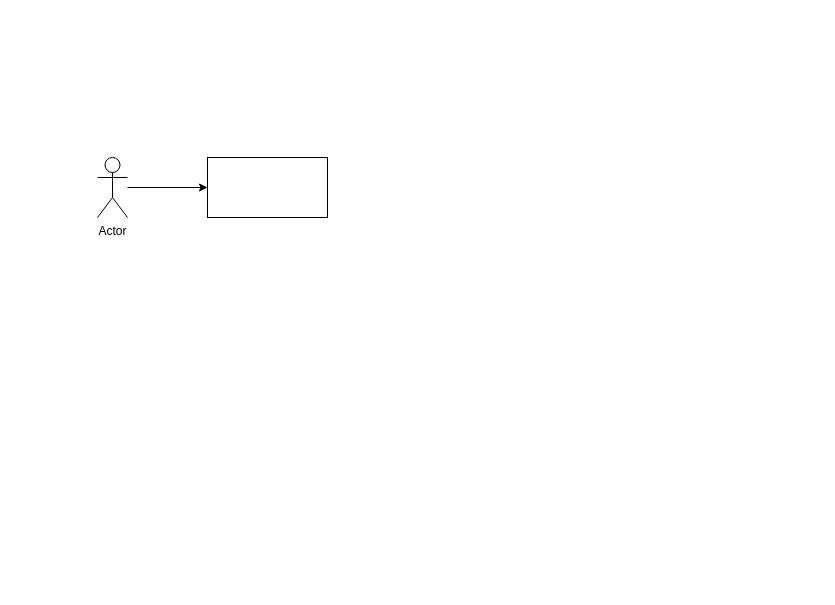
The draw.io diagram page "Video Uploading Scenario" (1 of 2) of Untitled Diagram.drawio in conquerorsanthosh/ProblemSolving, before the edit. Source tidied: cells renumbered, new cells numbered last; positions are measured from the earlier drawing's top-left corner, leaving out a move shared by most shapes. Both pictures are drawn from the tidied source at 100%, with x=0, y=0 at pixel (97, 157).
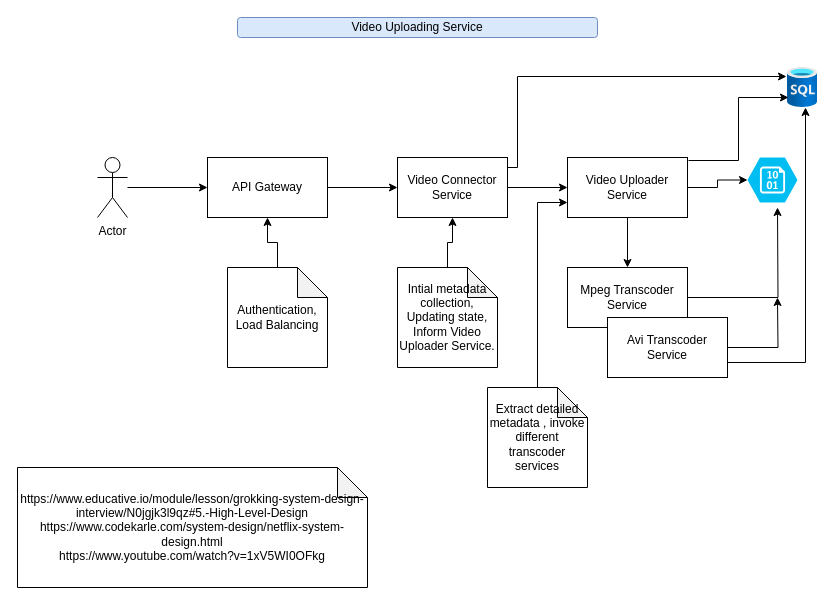
Above is the later version.

Change to the diagram source:
```diff
@@
+    <mxCell id="5" style="edgeStyle=orthogonalEdgeStyle;rounded=0;jettySize=auto;html=1;" parent="1" edge="1" source="2" target="13">
+      <mxGeometry relative="1" as="geometry" />
+    </mxCell>
-    <mxCell id="2" style="rounded=0;whiteSpace=wrap;html=1;" parent="1" vertex="1">
+    <mxCell id="2" value="API Gateway" style="rounded=0;whiteSpace=wrap;html=1;" parent="1" vertex="1">
       <mxGeometry x="110" width="120" height="60" as="geometry" />
     </mxCell>
@@
+    <mxCell id="6" style="edgeStyle=orthogonalEdgeStyle;rounded=0;jettySize=auto;html=1;entryX=0;entryY=0.5;entryDx=0;entryDy=0;entryPerimeter=0;" parent="1" edge="1" source="8" target="11">
+      <mxGeometry relative="1" as="geometry" />
+    </mxCell>
+    <mxCell id="7" style="edgeStyle=orthogonalEdgeStyle;rounded=0;jettySize=auto;html=1;entryX=0.5;entryY=0;entryDx=0;entryDy=0;" parent="1" edge="1" source="8" target="10">
+      <mxGeometry relative="1" as="geometry" />
+    </mxCell>
+    <mxCell id="8" value="Video Uploader Service" style="rounded=0;whiteSpace=wrap;html=1;" parent="1" vertex="1">
+      <mxGeometry x="470" width="120" height="60" as="geometry" />
+    </mxCell>
+    <mxCell id="9" style="edgeStyle=orthogonalEdgeStyle;rounded=0;jettySize=auto;html=1;" parent="1" edge="1" source="10">
+      <mxGeometry relative="1" as="geometry">
+        <mxPoint x="680" y="50" as="targetPoint" />
+      </mxGeometry>
+    </mxCell>
+    <mxCell id="10" value="Mpeg Transcoder Service" style="whiteSpace=wrap;html=1;rounded=0;" parent="1" vertex="1">
+      <mxGeometry x="470" y="110" width="120" height="60" as="geometry" />
+    </mxCell>
+    <mxCell id="11" style="verticalLabelPosition=bottom;html=1;verticalAlign=top;align=center;strokeColor=none;fillColor=#00BEF2;shape=mxgraph.azure.storage_blob;" parent="1" vertex="1">
+      <mxGeometry x="650" width="50" height="45" as="geometry" />
+    </mxCell>
+    <mxCell id="12" style="edgeStyle=orthogonalEdgeStyle;rounded=0;jettySize=auto;html=1;" parent="1" edge="1" source="13" target="8">
+      <mxGeometry relative="1" as="geometry" />
+    </mxCell>
+    <mxCell id="13" value="Video Connector Service" style="whiteSpace=wrap;html=1;rounded=0;" parent="1" vertex="1">
+      <mxGeometry x="300" width="110" height="60" as="geometry" />
+    </mxCell>
+    <mxCell id="14" value="Video Uploading Service" style="rounded=1;whiteSpace=wrap;html=1;fillColor=#dae8fc;strokeColor=#6c8ebf;" parent="1" vertex="1">
+      <mxGeometry x="140" y="-140" width="360" height="20" as="geometry" />
+    </mxCell>
+    <mxCell id="15" style="edgeStyle=orthogonalEdgeStyle;rounded=0;jettySize=auto;html=1;" parent="1" edge="1" source="16">
+      <mxGeometry relative="1" as="geometry">
+        <mxPoint x="680" y="140" as="targetPoint" />
+      </mxGeometry>
+    </mxCell>
+    <mxCell id="16" value="Avi Transcoder Service" style="whiteSpace=wrap;html=1;rounded=0;" parent="1" vertex="1">
+      <mxGeometry x="510" y="160" width="120" height="60" as="geometry" />
+    </mxCell>
+    <mxCell id="17" style="html=1;points=[];align=center;image;fontSize=12;image=img/lib/azure2/databases/SQL_Database.svg;" parent="1" vertex="1">
+      <mxGeometry x="690" y="-90" width="30" height="40" as="geometry" />
+    </mxCell>
+    <mxCell id="18" style="edgeStyle=elbowEdgeStyle;elbow=horizontal;endArrow=classic;html=1;rounded=0;exitX=0.433;exitY=-0.083;exitDx=0;exitDy=0;exitPerimeter=0;entryX=0.033;entryY=0.75;entryDx=0;entryDy=0;entryPerimeter=0;" parent="1" edge="1" target="17">
+      <mxGeometry relative="1" as="geometry">
+        <mxPoint x="591" y="3" as="sourcePoint" />
+      </mxGeometry>
+    </mxCell>
+    <mxCell id="19" style="edgeStyle=segmentEdgeStyle;endArrow=classic;html=1;rounded=0;entryX=0.6;entryY=1;entryDx=0;entryDy=0;entryPerimeter=0;exitX=1;exitY=0.75;exitDx=0;exitDy=0;" parent="1" edge="1" source="16" target="17">
+      <mxGeometry relative="1" as="geometry" />
+    </mxCell>
+    <mxCell id="20" style="edgeStyle=orthogonalEdgeStyle;rounded=0;jettySize=auto;html=1;entryX=0.5;entryY=1;entryDx=0;entryDy=0;" parent="1" edge="1" source="21" target="2">
+      <mxGeometry relative="1" as="geometry" />
+    </mxCell>
+    <mxCell id="21" value="Authentication,&lt;br&gt;Load Balancing" style="shape=note;whiteSpace=wrap;html=1;backgroundOutline=1;darkOpacity=0.05;" parent="1" vertex="1">
+      <mxGeometry x="130" y="110" width="100" height="100" as="geometry" />
+    </mxCell>
+    <mxCell id="22" style="edgeStyle=orthogonalEdgeStyle;rounded=0;jettySize=auto;html=1;entryX=0.5;entryY=1;entryDx=0;entryDy=0;" parent="1" edge="1" source="23" target="13">
+      <mxGeometry relative="1" as="geometry" />
+    </mxCell>
+    <mxCell id="23" value="Intial metadata collection, Updating state, Inform Video Uploader Service." style="shape=note;whiteSpace=wrap;html=1;backgroundOutline=1;darkOpacity=0.05;" parent="1" vertex="1">
+      <mxGeometry x="300" y="110" width="100" height="100" as="geometry" />
+    </mxCell>
+    <mxCell id="24" style="edgeStyle=elbowEdgeStyle;elbow=horizontal;endArrow=classic;html=1;rounded=0;entryX=-0.033;entryY=0.225;entryDx=0;entryDy=0;entryPerimeter=0;" parent="1" edge="1" target="17">
+      <mxGeometry relative="1" as="geometry">
+        <mxPoint x="410" y="10" as="sourcePoint" />
+        <Array as="points">
+          <mxPoint x="420" y="-10" />
+        </Array>
+      </mxGeometry>
+    </mxCell>
+    <mxCell id="25" style="edgeStyle=orthogonalEdgeStyle;rounded=0;jettySize=auto;html=1;entryX=0;entryY=0.75;entryDx=0;entryDy=0;" parent="1" edge="1" source="26" target="8">
+      <mxGeometry relative="1" as="geometry" />
+    </mxCell>
+    <mxCell id="26" value="Extract detailed metadata , invoke different transcoder services" style="shape=note;whiteSpace=wrap;html=1;backgroundOutline=1;darkOpacity=0.05;" parent="1" vertex="1">
+      <mxGeometry x="390" y="230" width="100" height="100" as="geometry" />
+    </mxCell>
+    <mxCell id="27" value="https://www.educative.io/module/lesson/grokking-system-design-interview/N0jgjk3l9qz#5.-High-Level-Design&lt;br&gt;https://www.codekarle.com/system-design/netflix-system-design.html&lt;br&gt;https://www.youtube.com/watch?v=1xV5WI0OFkg" style="shape=note;whiteSpace=wrap;html=1;backgroundOutline=1;darkOpacity=0.05;" parent="1" vertex="1">
+      <mxGeometry x="-80" y="310" width="350" height="120" as="geometry" />
+    </mxCell>
```
